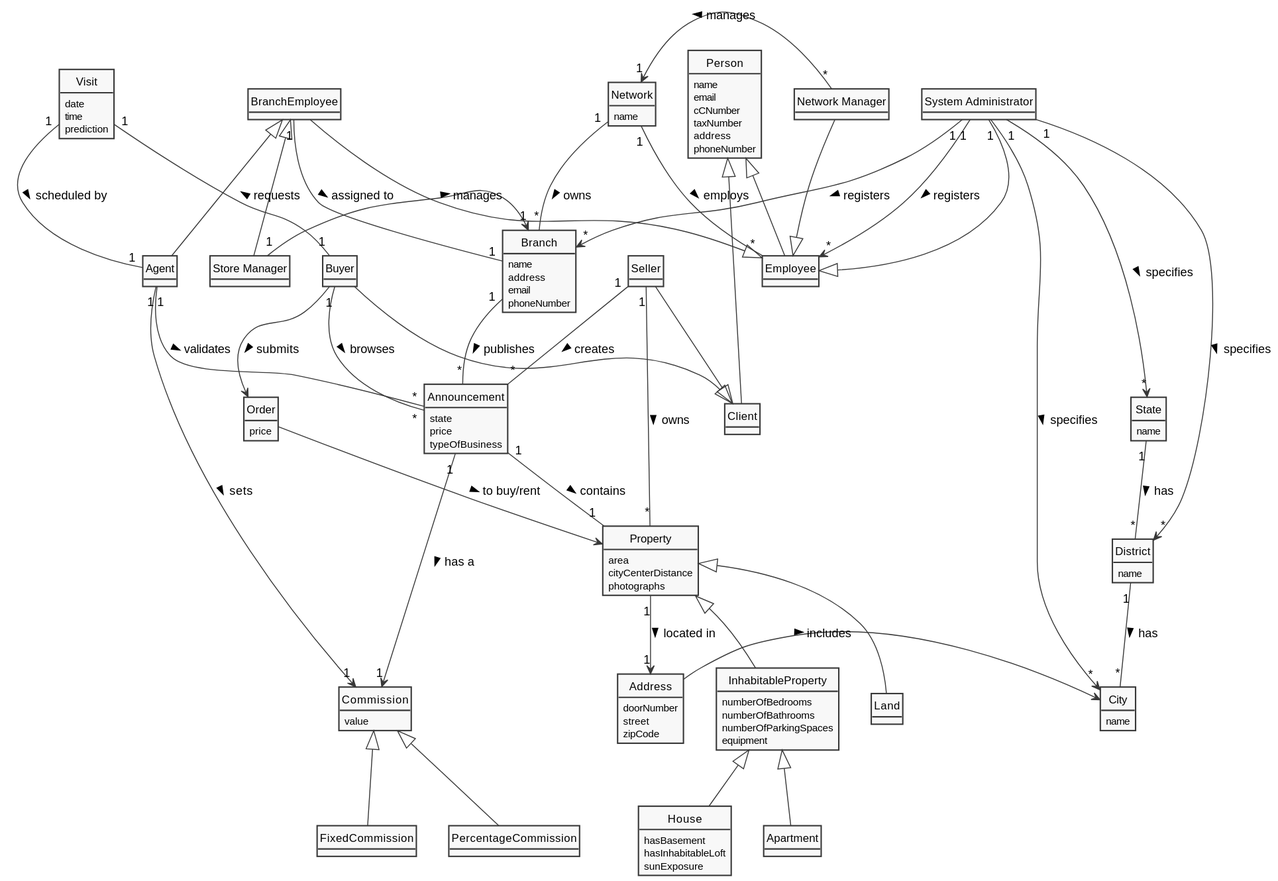
Above: docs/sprintD/global-artifacts/02.analysis/svg/project-domain-model.svg in tiagohcorreia/LAPR2 (PlantUML), before the change.
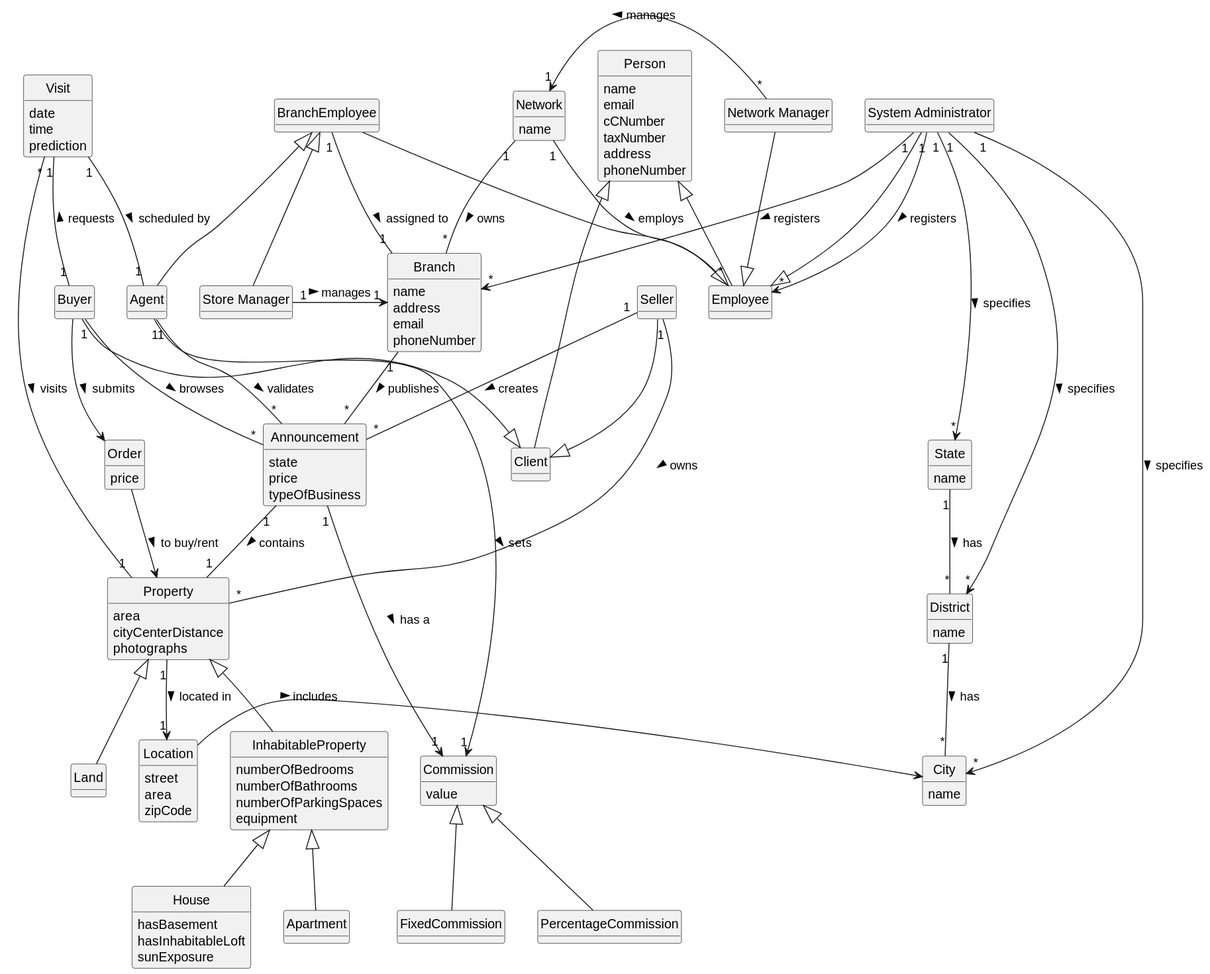
The same diagram one commit later.

What changed in the source:
```diff
@@ -8,9 +8,9 @@
 hide circle
 hide methods
 
-class Address{
-doorNumber
+class Location{
 street
+area
 zipCode
 }
 
@@ -157,6 +157,7 @@
 Visit "1" - "1" Buyer: requests <
 Buyer "1" - "*" Announcement: browses >
 Visit "1" -- "1" Agent: scheduled by >
+Visit "*" -- "1" Property: visits >
 
 Agent "1" -> "1" Commission: sets >
 
@@ -172,9 +173,9 @@
 
 Buyer --> Order: submits >
 Order --> Property: to buy/rent >
-Property "1" --> "1" Address: located in >
+Property "1" --> "1" Location: located in >
 
-Address -> City: includes >
+Location -> City: includes >
 
 
 @enduml
```
